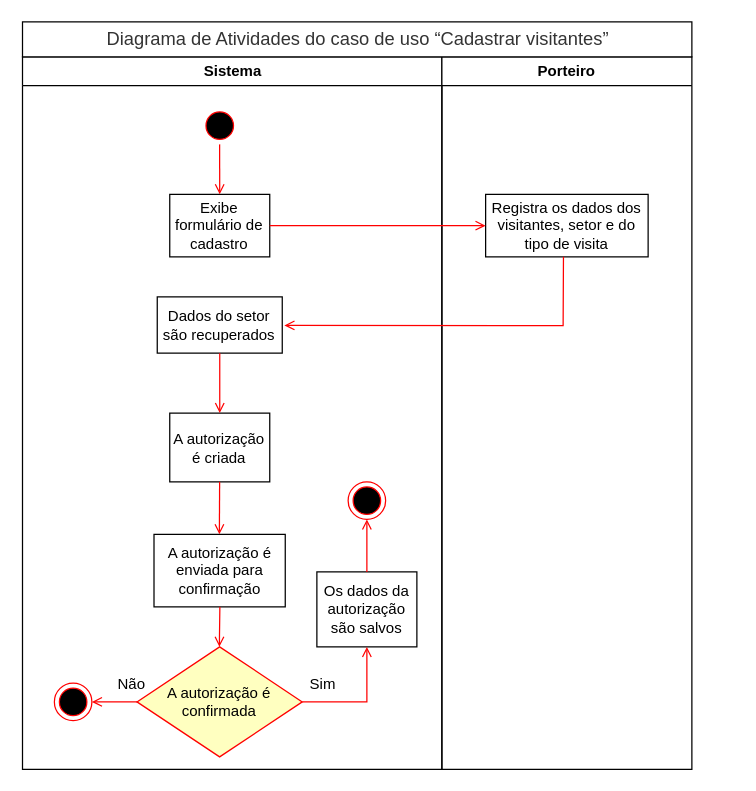
Earlier version of the draw.io diagram provas/a1/modelagem/Modelagem/Cadastrar Visistante.drawio (Arth-Monteiro/usjt). Source tidied: cells renumbered, new cells numbered last; positions are measured from the earlier drawing's top-left corner, leaving out a move shared by most shapes. Both pictures are drawn from the tidied source at 125%, with x=0, y=0 at pixel (21, 21).
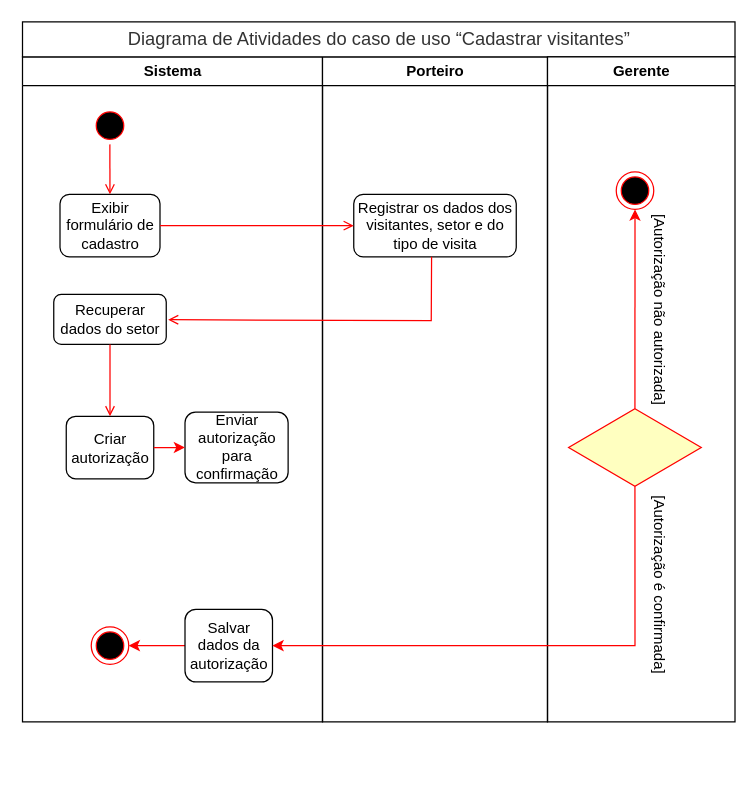
After the change.

Commit message (it also covers changes not shown here):
Diagrama 3 da A1 de modelagem editados

What changed in the source:
```diff
@@
     <mxCell id="2" value="Sistema" style="swimlane;whiteSpace=wrap;" parent="1" vertex="1">
-      <mxGeometry x="0.5" y="28" width="335.5" height="570" as="geometry" />
+      <mxGeometry x="0.5" y="28" width="240" height="532" as="geometry" />
     </mxCell>
     <mxCell id="3" style="ellipse;shape=startState;fillColor=#000000;strokeColor=#ff0000;" parent="2" vertex="1">
-      <mxGeometry x="142.8" y="40" width="30" height="30" as="geometry" />
+      <mxGeometry x="55" y="40" width="30" height="30" as="geometry" />
     </mxCell>
-    <mxCell id="4" value="Exibe formulário de cadastro" style="whiteSpace=wrap;" parent="2" vertex="1">
-      <mxGeometry x="117.8" y="110" width="80" height="50" as="geometry" />
+    <mxCell id="4" value="Exibir formulário de cadastro" style="whiteSpace=wrap;rounded=1;" parent="2" vertex="1">
+      <mxGeometry x="30" y="110" width="80" height="50" as="geometry" />
     </mxCell>
-    <mxCell id="5" value="Dados do setor são recuperados" style="whiteSpace=wrap;" parent="2" vertex="1">
-      <mxGeometry x="107.8" y="192" width="100" height="45" as="geometry" />
+    <mxCell id="5" value="Recuperar dados do setor" style="whiteSpace=wrap;rounded=1;" parent="2" vertex="1">
+      <mxGeometry x="25" y="190" width="90" height="40" as="geometry" />
     </mxCell>
-    <mxCell id="6" value="A autorização é criada" style="whiteSpace=wrap;" parent="2" vertex="1">
-      <mxGeometry x="117.8" y="285" width="80" height="55" as="geometry" />
+    <mxCell id="6" value="Criar autorização" style="whiteSpace=wrap;rounded=1;" parent="2" vertex="1">
+      <mxGeometry x="35" y="287.5" width="70" height="50" as="geometry" />
     </mxCell>
@@
-    <mxCell id="8" value="A autorização é enviada para confirmação" style="rounded=0;whiteSpace=wrap;html=1;" parent="2" vertex="1">
-      <mxGeometry x="105.2" y="382" width="105" height="58" as="geometry" />
-    </mxCell>
-    <mxCell id="9" value="A autorização é confirmada" style="rhombus;fillColor=#ffffc0;strokeColor=#ff0000;whiteSpace=wrap;" parent="2" vertex="1">
-      <mxGeometry x="91.6" y="472" width="132.2" height="88" as="geometry" />
-    </mxCell>
-    <mxCell id="10" style="ellipse;shape=endState;fillColor=#000000;strokeColor=#ff0000;" parent="2" vertex="1">
-      <mxGeometry x="25.5" y="501" width="30" height="30" as="geometry" />
-    </mxCell>
+    <mxCell id="18" style="edgeStyle=orthogonalEdgeStyle;rounded=0;jettySize=auto;html=1;exitX=0;exitY=0.5;exitDx=0;exitDy=0;entryX=1;entryY=0.5;entryDx=0;entryDy=0;labelBackgroundColor=#FF0000;strokeColor=#FF0000;fillColor=#FF0000;fontColor=#000000;" parent="2" edge="1" source="11" target="12">
+      <mxGeometry relative="1" as="geometry" />
+    </mxCell>
-    <mxCell id="11" value="Os dados da autorização são salvos" style="rounded=0;whiteSpace=wrap;html=1;" parent="2" vertex="1">
-      <mxGeometry x="235.5" y="412" width="80" height="60" as="geometry" />
+    <mxCell id="11" value="Salvar dados da autorização" style="rounded=1;whiteSpace=wrap;html=1;" parent="2" vertex="1">
+      <mxGeometry x="130" y="442" width="70" height="58" as="geometry" />
     </mxCell>
     <mxCell id="12" style="ellipse;shape=endState;fillColor=#000000;strokeColor=#ff0000;" parent="2" vertex="1">
-      <mxGeometry x="260.5" y="340" width="30" height="30" as="geometry" />
+      <mxGeometry x="55" y="456" width="30" height="30" as="geometry" />
     </mxCell>
     <mxCell id="13" style="endArrow=open;strokeColor=#FF0000;endFill=1;rounded=0;" parent="2" edge="1" target="4">
       <mxGeometry relative="1" as="geometry">
-        <mxPoint x="157.7" y="70" as="sourcePoint" />
+        <mxPoint x="69.9" y="70" as="sourcePoint" />
       </mxGeometry>
     </mxCell>
-    <mxCell id="14" style="endArrow=open;strokeColor=#FF0000;endFill=1;rounded=0;" parent="2" edge="1">
-      <mxGeometry relative="1" as="geometry">
-        <mxPoint x="157.7" y="340" as="sourcePoint" />
-        <mxPoint x="157.5" y="382" as="targetPoint" />
-      </mxGeometry>
-    </mxCell>
-    <mxCell id="15" style="endArrow=open;strokeColor=#FF0000;endFill=1;rounded=0;" parent="2" edge="1">
-      <mxGeometry relative="1" as="geometry">
-        <mxPoint x="157.9" y="440" as="sourcePoint" />
-        <mxPoint x="157.5" y="472" as="targetPoint" />
-        <Array as="points">
-          <mxPoint x="157.6" y="462" />
-        </Array>
-      </mxGeometry>
-    </mxCell>
-    <mxCell id="16" style="endArrow=open;strokeColor=#FF0000;endFill=1;rounded=0;exitX=0;exitY=0.5;exitDx=0;exitDy=0;entryX=1;entryY=0.5;entryDx=0;entryDy=0;" parent="2" edge="1" source="9" target="10">
-      <mxGeometry relative="1" as="geometry" />
-    </mxCell>
-    <mxCell id="17" style="endArrow=open;strokeColor=#FF0000;endFill=1;rounded=0;entryX=0.5;entryY=1;entryDx=0;entryDy=0;exitX=1;exitY=0.5;exitDx=0;exitDy=0;" parent="2" edge="1" source="9" target="11">
-      <mxGeometry relative="1" as="geometry">
-        <Array as="points">
-          <mxPoint x="275.5" y="516" />
-        </Array>
-      </mxGeometry>
-    </mxCell>
-    <mxCell id="18" style="endArrow=open;strokeColor=#FF0000;endFill=1;rounded=0;exitX=0.5;exitY=0;exitDx=0;exitDy=0;entryX=0.5;entryY=1;entryDx=0;entryDy=0;" parent="2" edge="1" source="11" target="12">
-      <mxGeometry relative="1" as="geometry">
-        <Array as="points">
-          <mxPoint x="275.5" y="392" />
-        </Array>
-      </mxGeometry>
-    </mxCell>
-    <mxCell id="19" value="Sim" style="text;html=1;strokeColor=none;fillColor=none;align=center;verticalAlign=middle;whiteSpace=wrap;rounded=0;" parent="2" vertex="1">
-      <mxGeometry x="220.5" y="492" width="40" height="20" as="geometry" />
-    </mxCell>
-    <mxCell id="20" value="Não" style="text;html=1;strokeColor=none;fillColor=none;align=center;verticalAlign=middle;whiteSpace=wrap;rounded=0;" parent="2" vertex="1">
-      <mxGeometry x="67.8" y="492" width="40" height="20" as="geometry" />
-    </mxCell>
+    <mxCell id="8" value="Enviar autorização para confirmação" style="rounded=1;whiteSpace=wrap;html=1;" parent="2" vertex="1">
+      <mxGeometry x="130" y="284.2" width="82.5" height="56.5" as="geometry" />
+    </mxCell>
+    <mxCell id="27" style="edgeStyle=orthogonalEdgeStyle;rounded=0;jettySize=auto;html=1;exitX=1;exitY=0.5;exitDx=0;exitDy=0;labelBackgroundColor=#FF0000;strokeColor=#FF0000;fillColor=#FF0000;fontColor=#000000;" parent="2" edge="1" source="6" target="8">
+      <mxGeometry relative="1" as="geometry" />
+    </mxCell>
     <mxCell id="21" value="Porteiro" style="swimlane;whiteSpace=wrap;startSize=23;" parent="1" vertex="1">
-      <mxGeometry x="336" y="28" width="200" height="570" as="geometry" />
+      <mxGeometry x="240.5" y="28" width="180" height="532" as="geometry" />
     </mxCell>
-    <mxCell id="22" value="Registra os dados dos visitantes, setor e do tipo de visita" style="whiteSpace=wrap;" parent="21" vertex="1">
-      <mxGeometry x="35" y="110" width="130" height="50" as="geometry" />
+    <mxCell id="22" value="Registrar os dados dos visitantes, setor e do tipo de visita" style="whiteSpace=wrap;rounded=1;" parent="21" vertex="1">
+      <mxGeometry x="25" y="110" width="130" height="50" as="geometry" />
     </mxCell>
@@
     <mxCell id="25" style="endArrow=open;strokeColor=#FF0000;endFill=1;rounded=0;exitX=0.479;exitY=0.999;exitDx=0;exitDy=0;exitPerimeter=0;entryX=1.017;entryY=0.507;entryDx=0;entryDy=0;entryPerimeter=0;" parent="1" edge="1" source="22" target="5">
       <mxGeometry relative="1" as="geometry">
         <Array as="points">
-          <mxPoint x="433" y="243" />
+          <mxPoint x="327.5" y="239" />
         </Array>
       </mxGeometry>
     </mxCell>
     <mxCell id="26" value="&lt;span style=&quot;color: rgb(51 , 51 , 51) ; font-family: &amp;#34;arial&amp;#34; , sans-serif ; font-size: 14.6667px&quot;&gt;Diagrama de Atividades do caso de uso “Cadastrar visitantes”&lt;/span&gt;" style="rounded=0;whiteSpace=wrap;html=1;fontColor=#000000;" parent="1" vertex="1">
-      <mxGeometry x="0.5" width="535.5" height="28" as="geometry" />
+      <mxGeometry x="0.5" width="570" height="28" as="geometry" />
     </mxCell>
+    <mxCell id="28" value="Gerente" style="swimlane;whiteSpace=wrap;startSize=23;" parent="1" vertex="1">
+      <mxGeometry x="420.5" y="28" width="150" height="532" as="geometry" />
+    </mxCell>
+    <mxCell id="16" style="edgeStyle=orthogonalEdgeStyle;rounded=0;jettySize=auto;html=1;exitX=0.5;exitY=0;exitDx=0;exitDy=0;entryX=0.5;entryY=1;entryDx=0;entryDy=0;labelBackgroundColor=#FF0000;strokeColor=#FF0000;fillColor=#FF0000;fontColor=#000000;" parent="28" edge="1" source="9" target="10">
+      <mxGeometry relative="1" as="geometry" />
+    </mxCell>
+    <mxCell id="9" style="rhombus;fillColor=#ffffc0;strokeColor=#ff0000;whiteSpace=wrap;" parent="28" vertex="1">
+      <mxGeometry x="16.9" y="281.5" width="106.1" height="62" as="geometry" />
+    </mxCell>
+    <mxCell id="10" value="oup" style="ellipse;shape=endState;fillColor=#000000;strokeColor=#ff0000;" parent="28" vertex="1">
+      <mxGeometry x="55" y="92" width="30" height="30" as="geometry" />
+    </mxCell>
+    <mxCell id="20" value="[Autorização não autorizada]" style="text;html=1;strokeColor=none;fillColor=none;align=center;verticalAlign=middle;whiteSpace=wrap;rounded=0;rotation=90;" parent="28" vertex="1">
+      <mxGeometry x="-10" y="192" width="200" height="20" as="geometry" />
+    </mxCell>
+    <mxCell id="19" value="[Autorização é confirmada]" style="text;html=1;strokeColor=none;fillColor=none;align=center;verticalAlign=middle;whiteSpace=wrap;rounded=0;rotation=90;" parent="28" vertex="1">
+      <mxGeometry x="11.2" y="412" width="157.5" height="20" as="geometry" />
+    </mxCell>
+    <mxCell id="17" style="edgeStyle=orthogonalEdgeStyle;rounded=0;jettySize=auto;html=1;exitX=0.5;exitY=1;exitDx=0;exitDy=0;entryX=1;entryY=0.5;entryDx=0;entryDy=0;labelBackgroundColor=#FF0000;strokeColor=#FF0000;fillColor=#FF0000;fontColor=#000000;" parent="1" edge="1" source="9" target="11">
+      <mxGeometry relative="1" as="geometry">
+        <Array as="points">
+          <mxPoint x="490.5" y="499" />
+        </Array>
+      </mxGeometry>
+    </mxCell>
```
